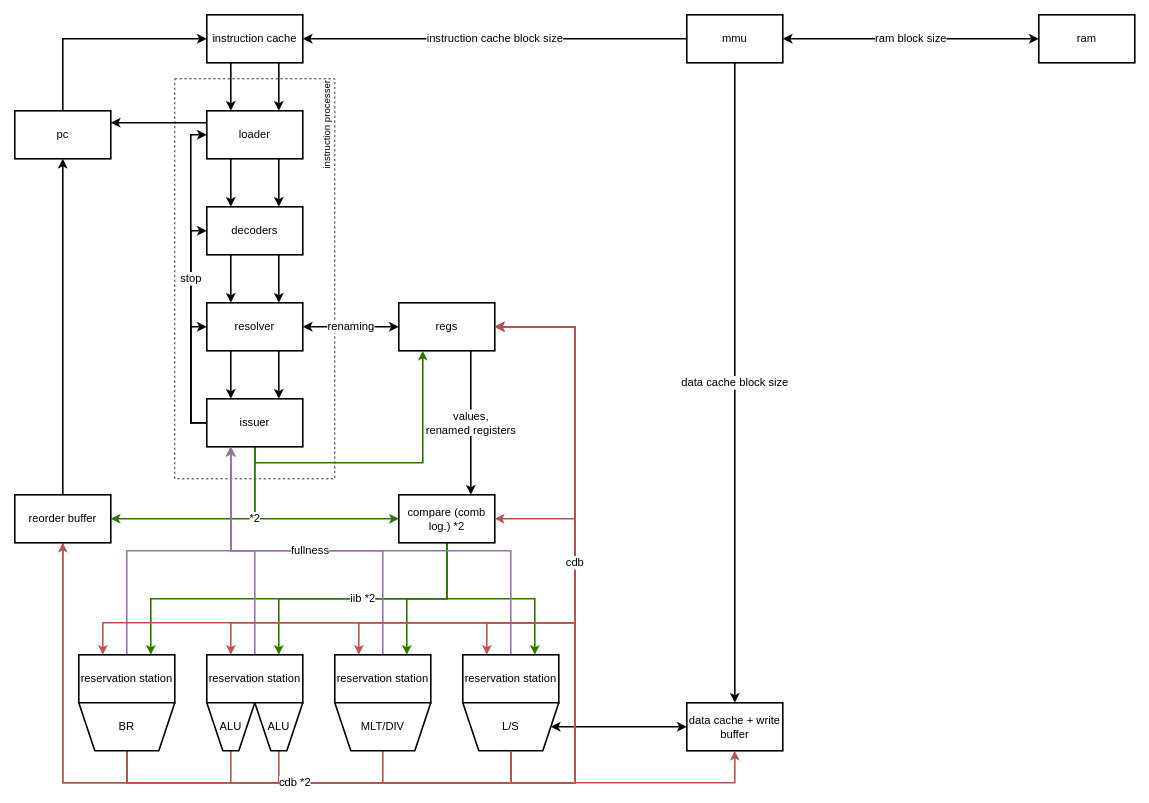
Earlier version of the draw.io diagram docs/diagrams/vtm-mk.II.drawio (veznitom/VTM). Source tidied: cells renumbered, new cells numbered last; positions are measured from the earlier drawing's top-left corner, leaving out a move shared by most shapes. Both pictures are drawn from the tidied source at 80%, with x=0, y=0 at pixel (14, 14).
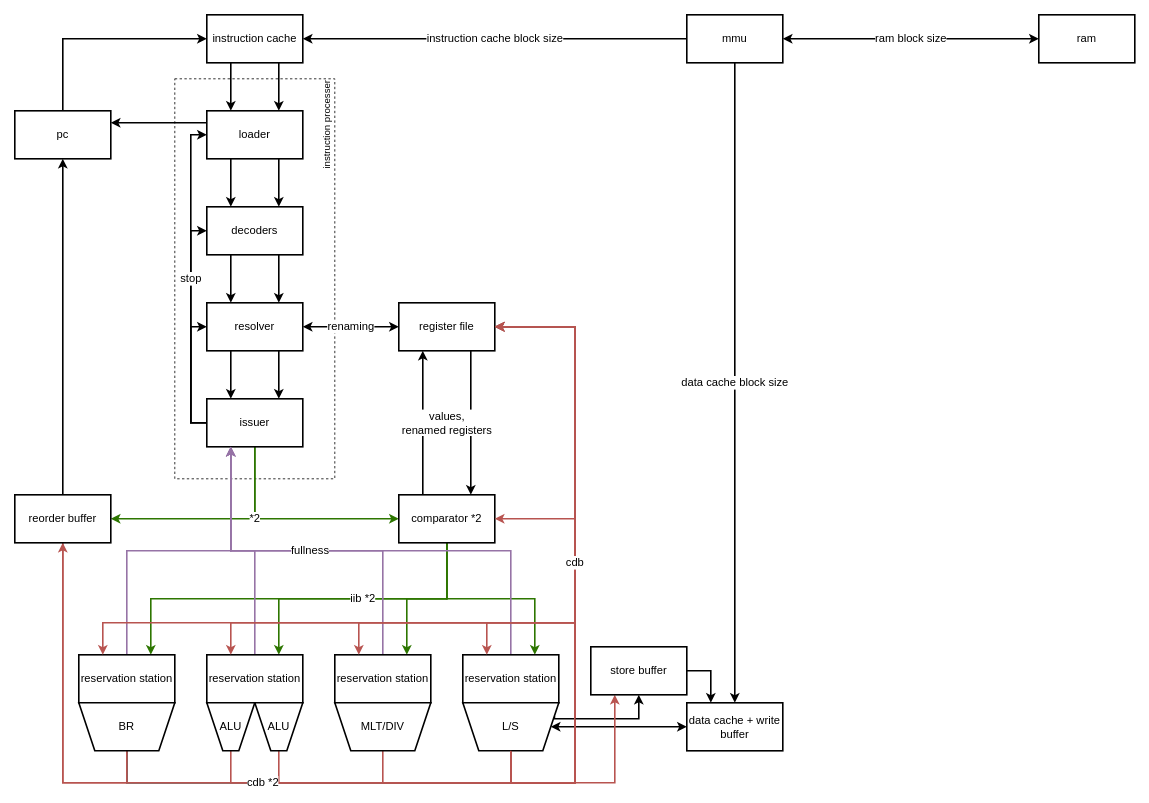
After the change.

Unchanged cells that the change refers to:
```xml
<mxCell id="24" value="issuer" style="rounded=0;whiteSpace=wrap;html=1;fontSize=14;strokeWidth=2;" parent="1" vertex="1">
  <mxGeometry x="240" y="480" width="120" height="60" as="geometry" />
</mxCell>
<mxCell id="35" value="data cache + write buffer" style="whiteSpace=wrap;html=1;fontSize=14;strokeWidth=2;" parent="1" vertex="1">
  <mxGeometry x="840" y="860" width="120" height="60" as="geometry" />
</mxCell>
<mxCell id="60" value="L/S" style="shape=trapezoid;perimeter=trapezoidPerimeter;whiteSpace=wrap;html=1;fixedSize=1;flipV=1;fontSize=14;strokeWidth=2;" parent="1" vertex="1">
  <mxGeometry x="560" y="860" width="120" height="60" as="geometry" />
</mxCell>
<mxCell id="63" value="reorder buffer" style="rounded=0;whiteSpace=wrap;html=1;fontSize=14;strokeWidth=2;" parent="1" vertex="1">
  <mxGeometry y="600" width="120" height="60" as="geometry" />
</mxCell>
```

The edit, as a diff of the source:
```diff
@@
-    <mxCell id="10" value="regs" style="rounded=0;whiteSpace=wrap;html=1;fontSize=14;strokeWidth=2;" parent="1" vertex="1">
+    <mxCell id="10" value="register file" style="rounded=0;whiteSpace=wrap;html=1;fontSize=14;strokeWidth=2;" parent="1" vertex="1">
       <mxGeometry x="480" y="360" width="120" height="60" as="geometry" />
     </mxCell>
@@
-    <mxCell id="23" style="edgeStyle=orthogonalEdgeStyle;rounded=0;jettySize=auto;html=1;exitX=0.5;exitY=1;exitDx=0;exitDy=0;entryX=0.25;entryY=1;entryDx=0;entryDy=0;strokeWidth=2;fillColor=#60a917;strokeColor=#2D7600;" parent="1" edge="1" source="24" target="10">
+    <mxCell id="23" style="edgeStyle=orthogonalEdgeStyle;rounded=0;jettySize=auto;html=1;exitX=0.25;exitY=0;exitDx=0;exitDy=0;entryX=0.25;entryY=1;entryDx=0;entryDy=0;strokeWidth=2;" parent="1" edge="1" source="30" target="10">
       <mxGeometry relative="1" as="geometry" />
     </mxCell>
@@
     <mxCell id="25" value="&lt;div style=&quot;font-size: 14px;&quot;&gt;values, &lt;br style=&quot;font-size: 14px;&quot;&gt;&lt;/div&gt;&lt;div style=&quot;font-size: 14px;&quot;&gt;renamed registers&lt;/div&gt;" style="edgeStyle=orthogonalEdgeStyle;rounded=0;jettySize=auto;html=1;exitX=0.75;exitY=0;exitDx=0;exitDy=0;startArrow=classic;startFill=1;entryX=0.75;entryY=1;entryDx=0;entryDy=0;fontSize=14;strokeWidth=2;endArrow=none;endFill=0;" parent="1" edge="1" source="30" target="10">
-      <mxGeometry relative="1" as="geometry" />
+      <mxGeometry y="30" relative="1" as="geometry" />
     </mxCell>
@@
-    <mxCell id="30" value="&lt;div style=&quot;font-size: 14px;&quot;&gt;compare (comb log.) *2&lt;/div&gt;" style="rounded=0;whiteSpace=wrap;html=1;fontSize=14;strokeWidth=2;" parent="1" vertex="1">
+    <mxCell id="30" value="&lt;div style=&quot;font-size: 14px;&quot;&gt;comparator *2&lt;/div&gt;" style="rounded=0;whiteSpace=wrap;html=1;fontSize=14;strokeWidth=2;" parent="1" vertex="1">
       <mxGeometry x="480" y="600" width="120" height="60" as="geometry" />
     </mxCell>
@@
+    <mxCell id="67" style="edgeStyle=orthogonalEdgeStyle;rounded=0;jettySize=auto;html=1;exitX=1;exitY=0.25;exitDx=0;exitDy=0;entryX=0.5;entryY=1;entryDx=0;entryDy=0;strokeWidth=2;" parent="1" edge="1" source="60" target="69">
+      <mxGeometry relative="1" as="geometry">
+        <Array as="points">
+          <mxPoint x="674" y="880" />
+          <mxPoint x="780" y="880" />
+        </Array>
+      </mxGeometry>
+    </mxCell>
@@
-    <mxCell id="62" value="cdb *2" style="edgeStyle=orthogonalEdgeStyle;rounded=0;jettySize=auto;html=1;exitX=0.5;exitY=1;exitDx=0;exitDy=0;entryX=0.5;entryY=1;entryDx=0;entryDy=0;fontSize=14;fillColor=#f8cecc;strokeColor=#b85450;strokeWidth=2;" parent="1" edge="1" source="63" target="35">
+    <mxCell id="62" value="cdb *2" style="edgeStyle=orthogonalEdgeStyle;rounded=0;jettySize=auto;html=1;exitX=0.5;exitY=1;exitDx=0;exitDy=0;entryX=0.25;entryY=1;entryDx=0;entryDy=0;fontSize=14;fillColor=#f8cecc;strokeColor=#b85450;strokeWidth=2;" parent="1" edge="1" source="63" target="69">
       <mxGeometry relative="1" as="geometry">
         <Array as="points">
           <mxPoint x="60" y="960" />
-          <mxPoint x="900" y="960" />
+          <mxPoint x="750" y="960" />
         </Array>
       </mxGeometry>
     </mxCell>
@@
+    <mxCell id="68" style="edgeStyle=orthogonalEdgeStyle;rounded=0;jettySize=auto;html=1;exitX=1;exitY=0.5;exitDx=0;exitDy=0;entryX=0.25;entryY=0;entryDx=0;entryDy=0;strokeWidth=2;" parent="1" edge="1" source="69" target="35">
+      <mxGeometry relative="1" as="geometry" />
+    </mxCell>
+    <mxCell id="69" value="store buffer" style="whiteSpace=wrap;html=1;fontSize=14;strokeWidth=2;" parent="1" vertex="1">
+      <mxGeometry x="720" y="790" width="120" height="60" as="geometry" />
+    </mxCell>
```
